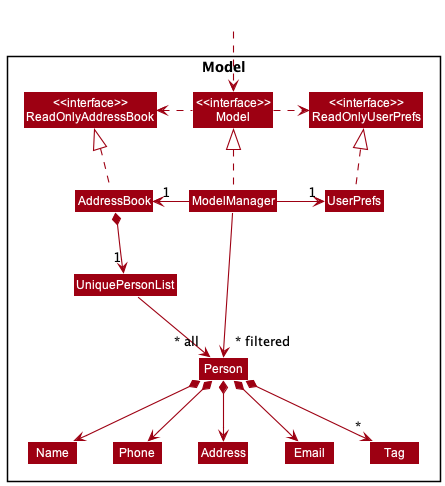
Before: docs/images/ModelClassDiagram.png, a diagram exported from PlantUML (nus-cs2103-AY2223S1/tp).
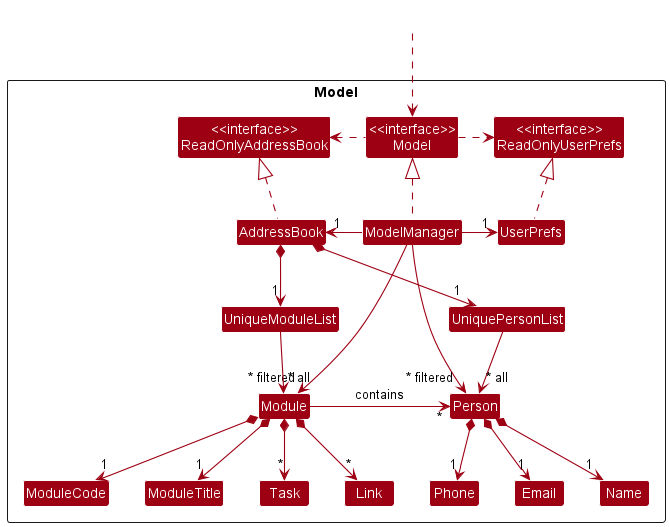
Later version of the same file.

What changed in the source:
```diff
@@ -14,11 +14,16 @@
 
 Class UniquePersonList
 Class Person
-Class Address
 Class Email
 Class Name
 Class Phone
-Class Tag
+
+Class UniqueModuleList
+Class Module
+Class ModuleCode
+Class ModuleTitle
+Class Task
+Class Link
 
 }
 
@@ -34,17 +39,29 @@
 ModelManager -right-> "1" UserPrefs
 UserPrefs .up.|> ReadOnlyUserPrefs
 
+ModelManager -->" ~* filtered" Person
+ModelManager -->"~* filtered" Module
+
+
 AddressBook *--> "1" UniquePersonList
 UniquePersonList --> "~* all" Person
-Person *--> Name
-Person *--> Phone
-Person *--> Email
-Person *--> Address
-Person *--> "*" Tag
+AddressBook *--> "1" UniqueModuleList
+UniqueModuleList --> "~* all" Module
 
+Person *--> "1" Email
+Person *--> "1" Name
+Person *--> "1" Phone
+Module -right--> "*" Person : contains
+
+Module *--> "1" ModuleCode
+Module *--> "1" ModuleTitle
+Module *--> "*" Task
+Module *--> "*" Link
+
+UniquePersonList -[hidden]up-> ModelManager
+UniquePersonList -[hidden]up-> ModelManager
+UniquePersonList -[hidden]up-> UserPrefs
+Email -[hidden]right-> Name
 Name -[hidden]right-> Phone
-Phone -[hidden]right-> Address
-Address -[hidden]right-> Email
 
-ModelManager -->"~* filtered" Person
 @enduml
```
